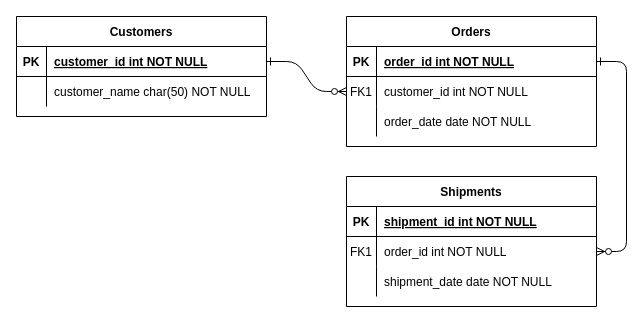
Above: 配置中心/ngsp_config.drawio in Zhengyang550/draw.io (draw.io), before the change. Source tidied: cells renumbered, new cells numbered last; positions are measured from the earlier drawing's top-left corner, leaving out a move shared by most shapes. Both pictures are drawn from the tidied source at 100%, with x=0, y=0 at pixel (16, 16).
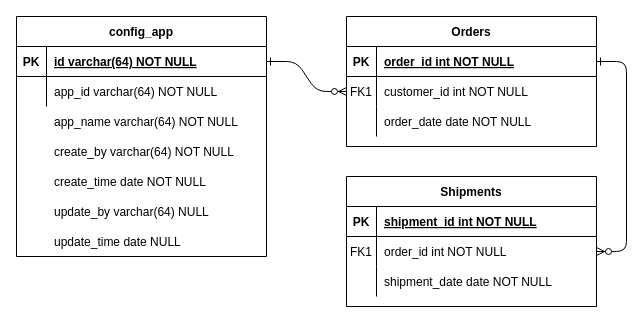
The same diagram, later.

The change refers to these unchanged cells:
```xml
<mxCell id="25" style="shape=partialRectangle;fillColor=none;points=[[0,0.5],[1,0.5]];portConstraint=eastwest;top=0;left=0;right=0;bottom=1;" parent="24" vertex="1">
  <mxGeometry y="30" width="250" height="30" as="geometry" />
</mxCell>
<mxCell id="28" style="shape=partialRectangle;fillColor=none;top=0;left=0;right=0;bottom=0;" parent="24" vertex="1">
  <mxGeometry y="60" width="250" height="30" as="geometry" />
</mxCell>
```

Diff of the diagram source:
```diff
@@
-    <mxCell id="24" value="Customers" style="shape=table;startSize=30;childLayout=tableLayout;rowLines=0;fontStyle=1;align=center;" parent="1" vertex="1">
-      <mxGeometry width="250" height="100" as="geometry" />
+    <mxCell id="24" value="config_app" style="shape=table;startSize=30;childLayout=tableLayout;rowLines=0;fontStyle=1;align=center;" parent="1" vertex="1">
+      <mxGeometry width="250" height="240" as="geometry" />
     </mxCell>
@@
-    <mxCell id="27" value="customer_id int NOT NULL " style="shape=partialRectangle;overflow=hidden;fillColor=none;top=0;left=0;bottom=0;right=0;align=left;spacingLeft=6;fontStyle=5;" parent="25" vertex="1">
+    <mxCell id="27" value="id varchar(64) NOT NULL " style="shape=partialRectangle;overflow=hidden;fillColor=none;top=0;left=0;bottom=0;right=0;align=left;spacingLeft=6;fontStyle=5;" parent="25" vertex="1">
       <mxGeometry x="30" width="220" height="30" as="geometry" />
     </mxCell>
@@
-    <mxCell id="30" value="customer_name char(50) NOT NULL" style="shape=partialRectangle;overflow=hidden;fillColor=none;top=0;left=0;bottom=0;right=0;align=left;spacingLeft=6;" parent="28" vertex="1">
+    <mxCell id="30" value="app_id varchar(64) NOT NULL" style="shape=partialRectangle;overflow=hidden;fillColor=none;top=0;left=0;bottom=0;right=0;align=left;spacingLeft=6;" parent="28" vertex="1">
       <mxGeometry x="30" width="220" height="30" as="geometry" />
     </mxCell>
+    <mxCell id="31" style="shape=partialRectangle;fillColor=none;top=0;left=0;right=0;bottom=0;" parent="1" vertex="1">
+      <mxGeometry y="90" width="250" height="30" as="geometry" />
+    </mxCell>
+    <mxCell id="32" style="shape=partialRectangle;overflow=hidden;fillColor=none;top=0;left=0;bottom=0;right=0;" parent="31" vertex="1">
+      <mxGeometry width="30" height="30" as="geometry" />
+    </mxCell>
+    <mxCell id="33" value="app_name varchar(64) NOT NULL" style="shape=partialRectangle;overflow=hidden;fillColor=none;top=0;left=0;bottom=0;right=0;align=left;spacingLeft=6;" parent="31" vertex="1">
+      <mxGeometry x="30" width="220" height="30" as="geometry" />
+    </mxCell>
+    <mxCell id="34" style="shape=partialRectangle;fillColor=none;top=0;left=0;right=0;bottom=0;" parent="1" vertex="1">
+      <mxGeometry y="120" width="250" height="30" as="geometry" />
+    </mxCell>
+    <mxCell id="35" style="shape=partialRectangle;overflow=hidden;fillColor=none;top=0;left=0;bottom=0;right=0;" parent="34" vertex="1">
+      <mxGeometry width="30" height="30" as="geometry" />
+    </mxCell>
+    <mxCell id="36" value="create_by varchar(64) NOT NULL" style="shape=partialRectangle;overflow=hidden;fillColor=none;top=0;left=0;bottom=0;right=0;align=left;spacingLeft=6;" parent="34" vertex="1">
+      <mxGeometry x="30" width="220" height="30" as="geometry" />
+    </mxCell>
+    <mxCell id="37" style="shape=partialRectangle;fillColor=none;top=0;left=0;right=0;bottom=0;" parent="1" vertex="1">
+      <mxGeometry y="150" width="250" height="30" as="geometry" />
+    </mxCell>
+    <mxCell id="38" style="shape=partialRectangle;overflow=hidden;fillColor=none;top=0;left=0;bottom=0;right=0;" parent="37" vertex="1">
+      <mxGeometry width="30" height="30" as="geometry" />
+    </mxCell>
+    <mxCell id="39" value="create_time date NOT NULL" style="shape=partialRectangle;overflow=hidden;fillColor=none;top=0;left=0;bottom=0;right=0;align=left;spacingLeft=6;" parent="37" vertex="1">
+      <mxGeometry x="30" width="220" height="30" as="geometry" />
+    </mxCell>
+    <mxCell id="40" style="shape=partialRectangle;fillColor=none;top=0;left=0;right=0;bottom=0;" parent="1" vertex="1">
+      <mxGeometry y="180" width="250" height="30" as="geometry" />
+    </mxCell>
+    <mxCell id="41" style="shape=partialRectangle;overflow=hidden;fillColor=none;top=0;left=0;bottom=0;right=0;" parent="40" vertex="1">
+      <mxGeometry width="30" height="30" as="geometry" />
+    </mxCell>
+    <mxCell id="42" value="update_by varchar(64) NULL" style="shape=partialRectangle;overflow=hidden;fillColor=none;top=0;left=0;bottom=0;right=0;align=left;spacingLeft=6;" parent="40" vertex="1">
+      <mxGeometry x="30" width="220" height="30" as="geometry" />
+    </mxCell>
+    <mxCell id="43" style="shape=partialRectangle;fillColor=none;top=0;left=0;right=0;bottom=0;" parent="1" vertex="1">
+      <mxGeometry y="210" width="250" height="30" as="geometry" />
+    </mxCell>
+    <mxCell id="44" style="shape=partialRectangle;overflow=hidden;fillColor=none;top=0;left=0;bottom=0;right=0;" parent="43" vertex="1">
+      <mxGeometry width="30" height="30" as="geometry" />
+    </mxCell>
+    <mxCell id="45" value="update_time date NULL" style="shape=partialRectangle;overflow=hidden;fillColor=none;top=0;left=0;bottom=0;right=0;align=left;spacingLeft=6;" parent="43" vertex="1">
+      <mxGeometry x="30" width="220" height="30" as="geometry" />
+    </mxCell>
```
